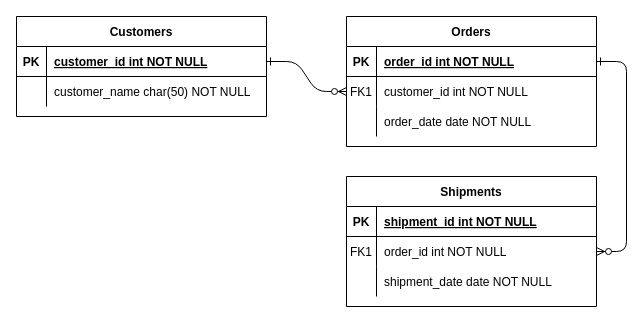
This is Untitled Diagram.drawio from joserendonu/testNaviTrans, a draw.io file, before an edit. Source tidied: cells renumbered, new cells numbered last; positions are measured from the earlier drawing's top-left corner, leaving out a move shared by most shapes. Both pictures are drawn from the tidied source at 100%, with x=0, y=0 at pixel (16, 16).
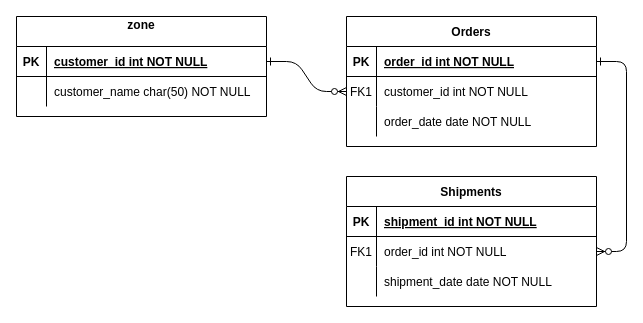
After the change.

The edit, as a diff of the source:
```diff
@@
-    <mxCell id="24" value="Customers" style="shape=table;startSize=30;childLayout=tableLayout;rowLines=0;fontStyle=1;align=center;" parent="1" vertex="1">
+    <mxCell id="24" value="zone&#10;" style="shape=table;startSize=30;childLayout=tableLayout;rowLines=0;fontStyle=1;align=center;" parent="1" vertex="1">
       <mxGeometry width="250" height="100" as="geometry" />
     </mxCell>
```
